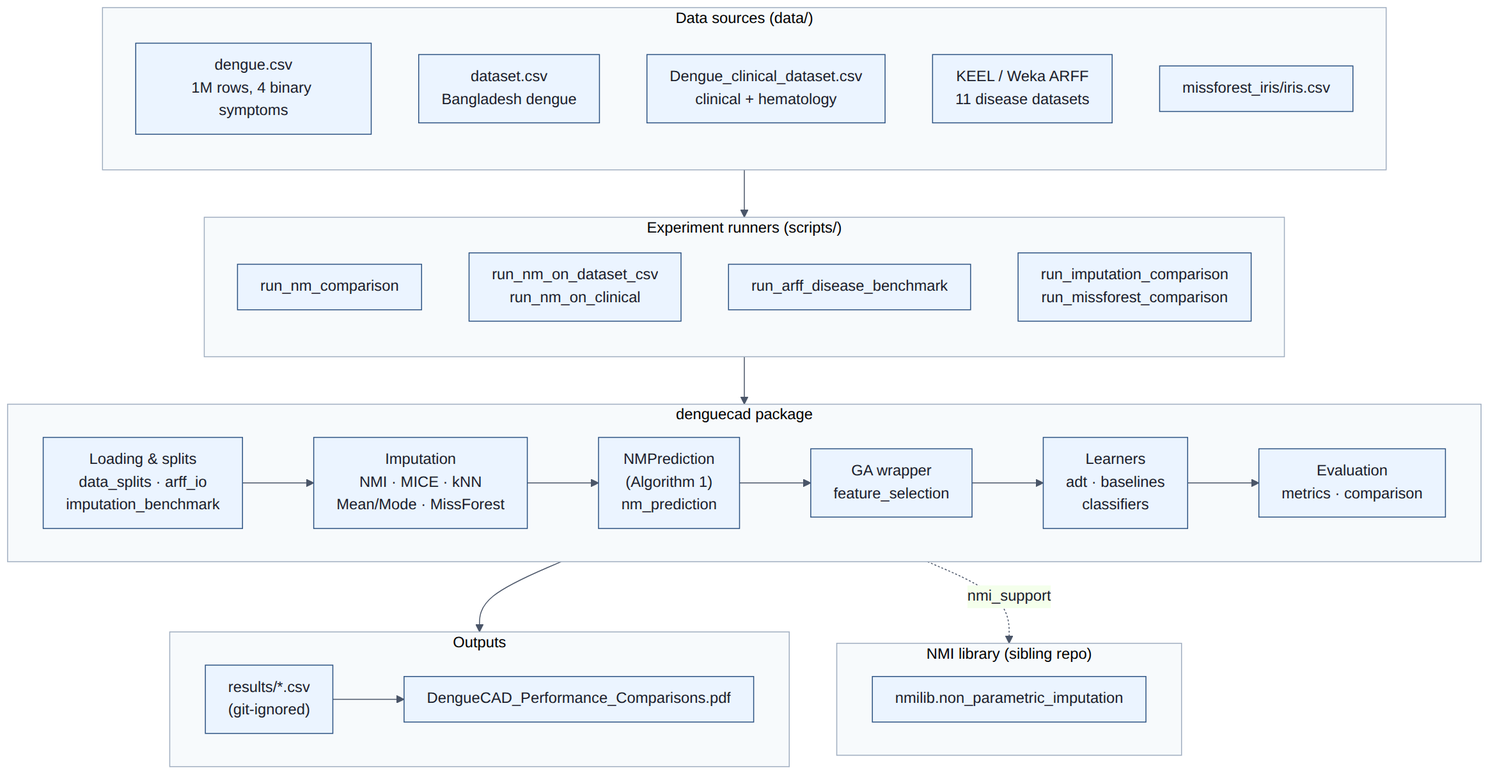
Before: docs/architecture/01-system-overview.png, a diagram exported from Mermaid (mrvr/DengueCAD). Its source is kept beside it as docs/architecture/01-system-overview.mmd. Its diagram source:
```mermaid
flowchart TB
    subgraph Inputs["Data sources (data/)"]
        direction TB
        D1["dengue.csv<br/>1M rows, 4 binary symptoms"]
        D2["dataset.csv<br/>Bangladesh dengue"]
        D3["Dengue_clinical_dataset.csv<br/>clinical + hematology"]
        D4["KEEL / Weka ARFF<br/>11 disease datasets"]
        D5["missforest_iris/iris.csv"]
    end

    subgraph Scripts["Experiment runners (scripts/)"]
        direction TB
        S1["run_nm_comparison"]
        S2["run_nm_on_dataset_csv<br/>run_nm_on_clinical"]
        S3["run_arff_disease_benchmark"]
        S4["run_imputation_comparison<br/>run_missforest_comparison"]
    end

    subgraph Core["denguecad package"]
        direction LR
        IO["Loading & splits<br/>data_splits · arff_io<br/>imputation_benchmark"]
        IMP["Imputation<br/>NMI · MICE · kNN<br/>Mean/Mode · MissForest"]
        NM["NMPrediction<br/>(Algorithm 1)<br/>nm_prediction"]
        FS["GA wrapper<br/>feature_selection"]
        CLF["Learners<br/>adt · baselines<br/>classifiers"]
        EVAL["Evaluation<br/>metrics · comparison"]
        IO --> IMP --> NM --> FS --> CLF --> EVAL
    end

    subgraph NMI["NMI library (sibling repo)"]
        N1["nmilib.non_parametric_imputation"]
    end

    subgraph Outputs["Outputs"]
        direction LR
        R["results/*.csv<br/>(git-ignored)"]
        P["DengueCAD_Performance_Comparisons.pdf"]
        R --> P
    end

    Inputs --> Scripts --> Core
    Core --> Outputs
    Core -.->|"nmi_support"| NMI
```
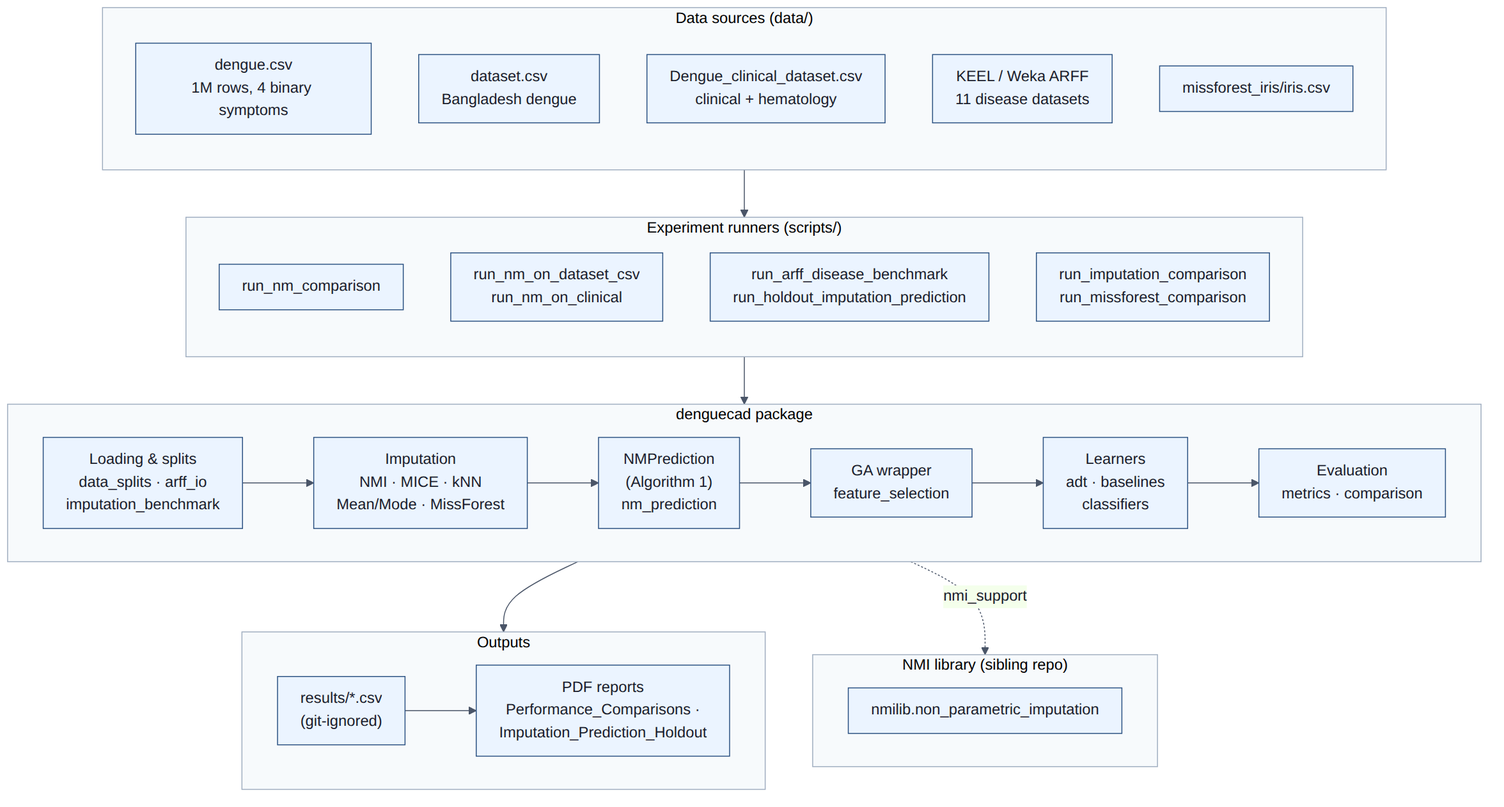
The same file after the commit.

Change to the diagram source:
```diff
@@ -12,7 +12,7 @@
         direction TB
         S1["run_nm_comparison"]
         S2["run_nm_on_dataset_csv<br/>run_nm_on_clinical"]
-        S3["run_arff_disease_benchmark"]
+        S3["run_arff_disease_benchmark<br/>run_holdout_imputation_prediction"]
         S4["run_imputation_comparison<br/>run_missforest_comparison"]
     end
 
@@ -34,7 +34,7 @@
     subgraph Outputs["Outputs"]
         direction LR
         R["results/*.csv<br/>(git-ignored)"]
-        P["DengueCAD_Performance_Comparisons.pdf"]
+        P["PDF reports<br/>Performance_Comparisons ·<br/>Imputation_Prediction_Holdout"]
         R --> P
     end
 
```
